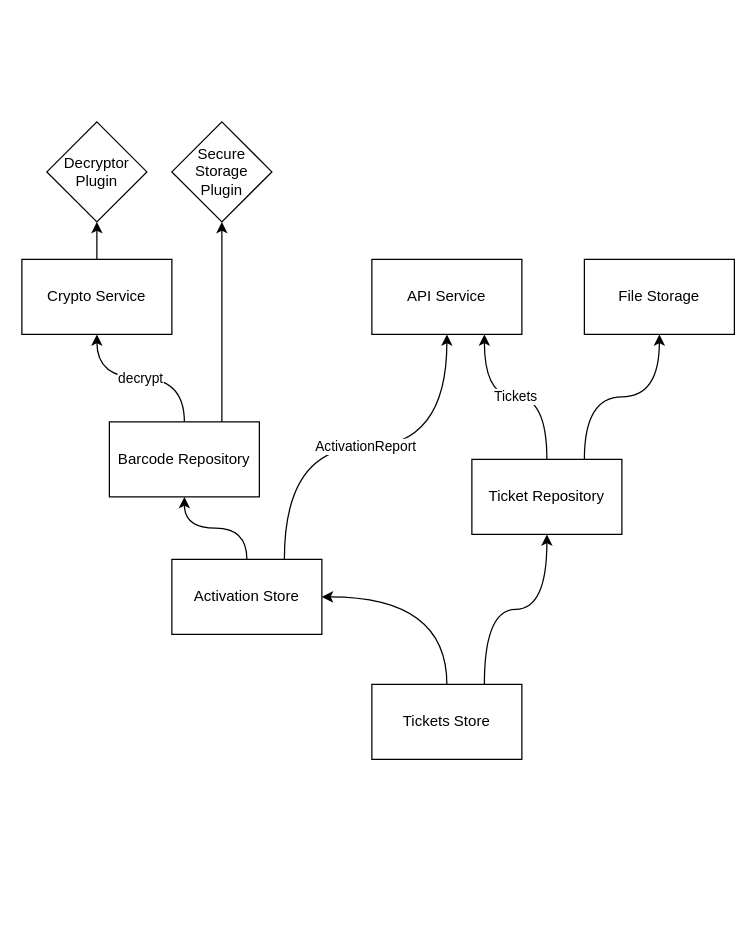
The draw.io diagram newarchi.drawio in tixngo/diagram, before the edit. Source tidied: cells renumbered, new cells numbered last; positions are measured from the earlier drawing's top-left corner, leaving out a move shared by most shapes. Both pictures are drawn from the tidied source at 125%, with x=0, y=0 at pixel (21, 121).
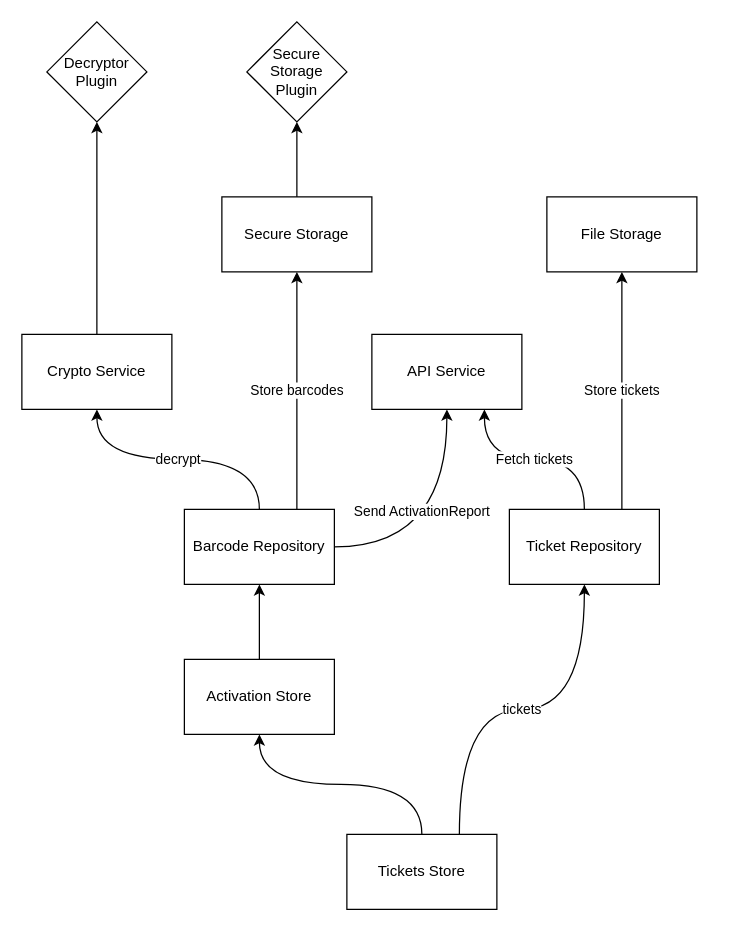
After the change.

Change to the diagram source:
```diff
@@
-    <mxCell id="3" value="ActivationReport" style="edgeStyle=orthogonalEdgeStyle;rounded=0;jettySize=auto;html=1;exitX=0.75;exitY=0;exitDx=0;exitDy=0;entryX=0.5;entryY=1;entryDx=0;entryDy=0;curved=1;" parent="1" edge="1" source="4" target="5">
-      <mxGeometry relative="1" as="geometry" />
+    <mxCell id="3" value="Send ActivationReport" style="edgeStyle=orthogonalEdgeStyle;rounded=0;jettySize=auto;html=1;exitX=1;exitY=0.5;exitDx=0;exitDy=0;entryX=0.5;entryY=1;entryDx=0;entryDy=0;curved=1;" parent="1" edge="1" source="13" target="5">
+      <mxGeometry x="0.18" y="20" relative="1" as="geometry" />
     </mxCell>
     <mxCell id="4" value="Activation Store" style="rounded=0;whiteSpace=wrap;html=1;" parent="1" vertex="1">
-      <mxGeometry x="120" y="350" width="120" height="60" as="geometry" />
+      <mxGeometry x="130" y="430" width="120" height="60" as="geometry" />
     </mxCell>
     <mxCell id="5" value="API Service" style="rounded=0;whiteSpace=wrap;html=1;" parent="1" vertex="1">
-      <mxGeometry x="280" y="110" width="120" height="60" as="geometry" />
+      <mxGeometry x="280" y="170" width="120" height="60" as="geometry" />
     </mxCell>
-    <mxCell id="6" style="edgeStyle=orthogonalEdgeStyle;rounded=0;jettySize=auto;html=1;exitX=0.5;exitY=0;exitDx=0;exitDy=0;entryX=1;entryY=0.5;entryDx=0;entryDy=0;curved=1;" parent="1" edge="1" source="8" target="4">
+    <mxCell id="6" style="edgeStyle=orthogonalEdgeStyle;rounded=0;jettySize=auto;html=1;exitX=0.5;exitY=0;exitDx=0;exitDy=0;entryX=0.5;entryY=1;entryDx=0;entryDy=0;curved=1;" parent="1" edge="1" source="8" target="4">
       <mxGeometry relative="1" as="geometry" />
     </mxCell>
-    <mxCell id="7" style="edgeStyle=orthogonalEdgeStyle;curved=1;rounded=0;jettySize=auto;html=1;exitX=0.75;exitY=0;exitDx=0;exitDy=0;entryX=0.5;entryY=1;entryDx=0;entryDy=0;" parent="1" edge="1" source="8" target="18">
+    <mxCell id="7" value="tickets" style="edgeStyle=orthogonalEdgeStyle;curved=1;rounded=0;jettySize=auto;html=1;exitX=0.75;exitY=0;exitDx=0;exitDy=0;entryX=0.5;entryY=1;entryDx=0;entryDy=0;" parent="1" edge="1" source="8" target="18">
       <mxGeometry relative="1" as="geometry" />
     </mxCell>
     <mxCell id="8" value="Tickets Store" style="rounded=0;whiteSpace=wrap;html=1;" parent="1" vertex="1">
-      <mxGeometry x="280" y="450" width="120" height="60" as="geometry" />
+      <mxGeometry x="260" y="570" width="120" height="60" as="geometry" />
     </mxCell>
@@
     <mxCell id="10" value="Crypto Service" style="rounded=0;whiteSpace=wrap;html=1;" parent="1" vertex="1">
-      <mxGeometry y="110" width="120" height="60" as="geometry" />
+      <mxGeometry y="170" width="120" height="60" as="geometry" />
     </mxCell>
@@
-    <mxCell id="12" style="edgeStyle=orthogonalEdgeStyle;curved=1;rounded=0;jettySize=auto;html=1;exitX=0.75;exitY=0;exitDx=0;exitDy=0;entryX=0.5;entryY=1;entryDx=0;entryDy=0;" parent="1" edge="1" source="13" target="15">
+    <mxCell id="12" value="Store barcodes" style="edgeStyle=orthogonalEdgeStyle;curved=1;rounded=0;jettySize=auto;html=1;exitX=0.75;exitY=0;exitDx=0;exitDy=0;entryX=0.5;entryY=1;entryDx=0;entryDy=0;" parent="1" edge="1" source="13" target="21">
       <mxGeometry relative="1" as="geometry" />
     </mxCell>
     <mxCell id="13" value="Barcode Repository" style="rounded=0;whiteSpace=wrap;html=1;" parent="1" vertex="1">
-      <mxGeometry x="70" y="240" width="120" height="60" as="geometry" />
+      <mxGeometry x="130" y="310" width="120" height="60" as="geometry" />
     </mxCell>
     <mxCell id="14" value="Decryptor&lt;br&gt;Plugin" style="rhombus;whiteSpace=wrap;html=1;" parent="1" vertex="1">
-      <mxGeometry x="20" width="80" height="80" as="geometry" />
+      <mxGeometry x="20" y="-80" width="80" height="80" as="geometry" />
     </mxCell>
     <mxCell id="15" value="Secure&lt;br&gt;Storage&lt;br&gt;Plugin" style="rhombus;whiteSpace=wrap;html=1;" parent="1" vertex="1">
-      <mxGeometry x="120" width="80" height="80" as="geometry" />
+      <mxGeometry x="180" y="-80" width="80" height="80" as="geometry" />
     </mxCell>
-    <mxCell id="16" value="Tickets" style="edgeStyle=orthogonalEdgeStyle;curved=1;rounded=0;jettySize=auto;html=1;exitX=0.5;exitY=0;exitDx=0;exitDy=0;entryX=0.75;entryY=1;entryDx=0;entryDy=0;" parent="1" edge="1" source="18" target="5">
+    <mxCell id="16" value="Fetch tickets" style="edgeStyle=orthogonalEdgeStyle;curved=1;rounded=0;jettySize=auto;html=1;exitX=0.5;exitY=0;exitDx=0;exitDy=0;entryX=0.75;entryY=1;entryDx=0;entryDy=0;" parent="1" edge="1" source="18" target="5">
       <mxGeometry relative="1" as="geometry" />
     </mxCell>
-    <mxCell id="17" style="edgeStyle=orthogonalEdgeStyle;curved=1;rounded=0;jettySize=auto;html=1;exitX=0.75;exitY=0;exitDx=0;exitDy=0;entryX=0.5;entryY=1;entryDx=0;entryDy=0;" parent="1" edge="1" source="18" target="19">
+    <mxCell id="17" value="Store tickets" style="edgeStyle=orthogonalEdgeStyle;curved=1;rounded=0;jettySize=auto;html=1;exitX=0.75;exitY=0;exitDx=0;exitDy=0;entryX=0.5;entryY=1;entryDx=0;entryDy=0;" parent="1" edge="1" source="18" target="19">
       <mxGeometry relative="1" as="geometry" />
     </mxCell>
     <mxCell id="18" value="Ticket Repository" style="rounded=0;whiteSpace=wrap;html=1;" parent="1" vertex="1">
-      <mxGeometry x="360" y="270" width="120" height="60" as="geometry" />
+      <mxGeometry x="390" y="310" width="120" height="60" as="geometry" />
     </mxCell>
     <mxCell id="19" value="File Storage" style="rounded=0;whiteSpace=wrap;html=1;" parent="1" vertex="1">
-      <mxGeometry x="450" y="110" width="120" height="60" as="geometry" />
+      <mxGeometry x="420" y="60" width="120" height="60" as="geometry" />
     </mxCell>
+    <mxCell id="20" style="edgeStyle=orthogonalEdgeStyle;curved=1;rounded=0;jettySize=auto;html=1;exitX=0.5;exitY=0;exitDx=0;exitDy=0;entryX=0.5;entryY=1;entryDx=0;entryDy=0;" parent="1" edge="1" source="21" target="15">
+      <mxGeometry relative="1" as="geometry" />
+    </mxCell>
+    <mxCell id="21" value="Secure Storage" style="rounded=0;whiteSpace=wrap;html=1;" parent="1" vertex="1">
+      <mxGeometry x="160" y="60" width="120" height="60" as="geometry" />
+    </mxCell>
```
